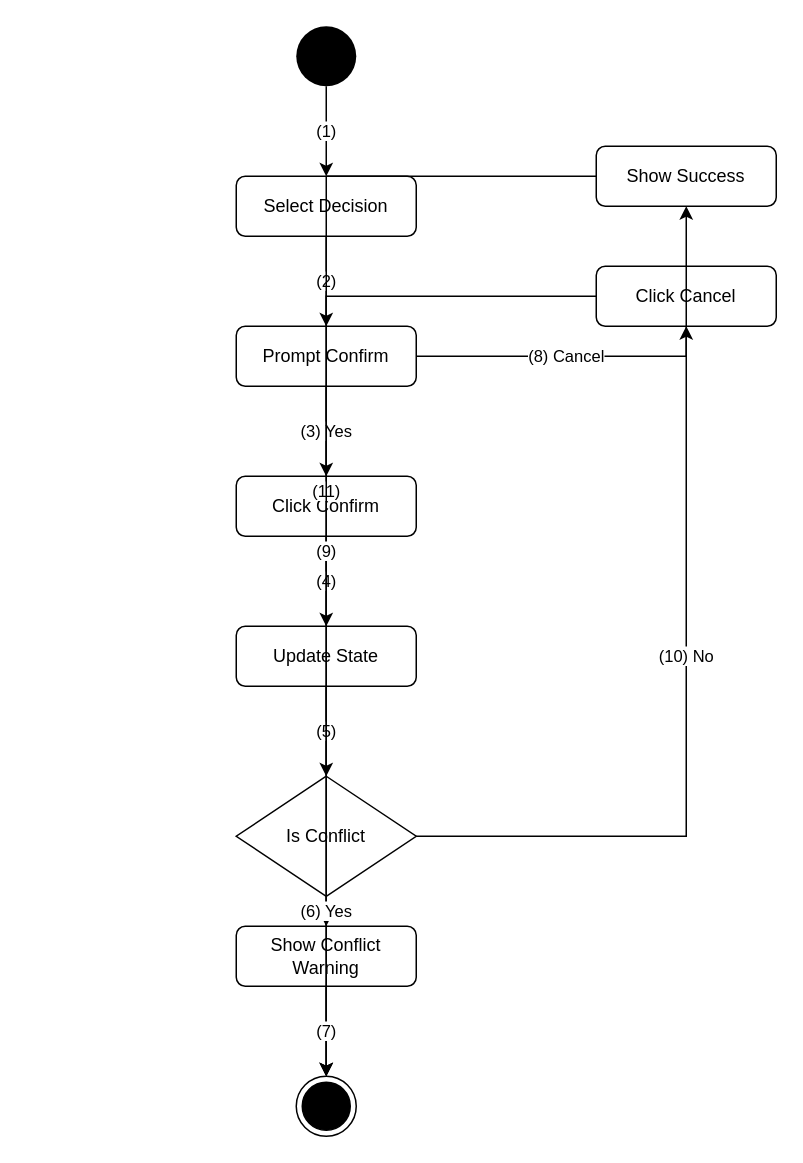
kingDlight/UEIMS_Project keeps this draw.io diagram as activity_flow/uc41_activity_flow.drawio. Above is the earlier version. Source tidied: cells renumbered, new cells numbered last; positions are measured from the earlier drawing's top-left corner, leaving out a move shared by most shapes. Both pictures are drawn from the tidied source at 150%, with x=0, y=0 at pixel (236, 26).
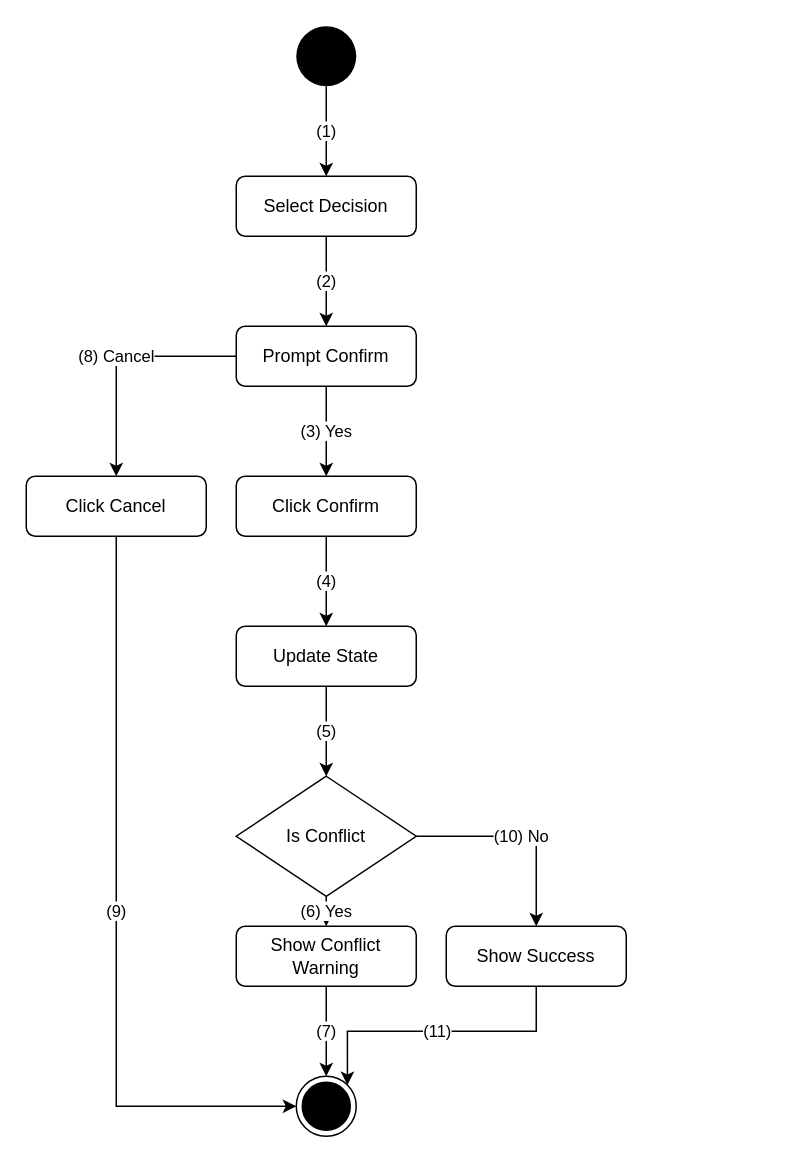
The same page after the edit.

The change refers to these unchanged cells:
```xml
<mxCell id="4" value="Prompt Confirm" style="rounded=1;whiteSpace=wrap;html=1;" parent="1" vertex="1">
  <mxGeometry y="200" width="120" height="40" as="geometry" />
</mxCell>
<mxCell id="7" value="Is Conflict" style="rhombus;whiteSpace=wrap;html=1;" parent="1" vertex="1">
  <mxGeometry y="500" width="120" height="80" as="geometry" />
</mxCell>
<mxCell id="9" style="ellipse;html=1;shape=endState;fillColor=#000000;strokeColor=#000000;" parent="1" vertex="1">
  <mxGeometry x="40" y="700" width="40" height="40" as="geometry" />
</mxCell>
```

The edit, as a diff of the source:
```diff
@@
     <mxCell id="10" value="Show Success" style="rounded=1;whiteSpace=wrap;html=1;" parent="1" vertex="1">
-      <mxGeometry x="240" y="80" width="120" height="40" as="geometry" />
+      <mxGeometry x="140" y="600" width="120" height="40" as="geometry" />
     </mxCell>
     <mxCell id="11" value="Click Cancel" style="rounded=1;whiteSpace=wrap;html=1;" parent="1" vertex="1">
-      <mxGeometry x="240" y="160" width="120" height="40" as="geometry" />
+      <mxGeometry x="-140" y="300" width="120" height="40" as="geometry" />
     </mxCell>
@@
-    <mxCell id="17" value="(10) No" style="edgeStyle=orthogonalEdgeStyle;rounded=0;html=1;exitX=1;exitY=0.5;entryX=0.5;entryY=1;" parent="1" edge="1" source="7" target="10">
+    <mxCell id="17" value="(10) No" style="edgeStyle=orthogonalEdgeStyle;rounded=0;html=1;exitX=1;exitY=0.5;entryX=0.5;entryY=0;entryDx=0;entryDy=0;" parent="1" edge="1" source="7" target="10">
       <mxGeometry relative="1" as="geometry" />
     </mxCell>
-    <mxCell id="18" value="(11)" style="edgeStyle=orthogonalEdgeStyle;rounded=0;html=1;exitX=0;exitY=0.5;entryX=0.5;entryY=0;" parent="1" edge="1" source="10" target="9">
+    <mxCell id="18" value="(11)" style="edgeStyle=orthogonalEdgeStyle;rounded=0;html=1;exitX=0.5;exitY=1;entryX=1;entryY=0;exitDx=0;exitDy=0;entryDx=0;entryDy=0;" parent="1" edge="1" source="10" target="9">
       <mxGeometry relative="1" as="geometry" />
     </mxCell>
-    <mxCell id="19" value="(8) Cancel" style="edgeStyle=orthogonalEdgeStyle;rounded=0;html=1;exitX=1;exitY=0.5;entryX=0.5;entryY=1;" parent="1" edge="1" source="4" target="11">
+    <mxCell id="19" value="(8) Cancel" style="edgeStyle=orthogonalEdgeStyle;rounded=0;html=1;exitX=0;exitY=0.5;entryX=0.5;entryY=0;exitDx=0;exitDy=0;entryDx=0;entryDy=0;" parent="1" edge="1" source="4" target="11">
       <mxGeometry relative="1" as="geometry" />
     </mxCell>
-    <mxCell id="20" value="(9)" style="edgeStyle=orthogonalEdgeStyle;rounded=0;html=1;exitX=0;exitY=0.5;entryX=0.5;entryY=0;" parent="1" edge="1" source="11" target="9">
+    <mxCell id="20" value="(9)" style="edgeStyle=orthogonalEdgeStyle;rounded=0;html=1;exitX=0.5;exitY=1;entryX=0;entryY=0.5;exitDx=0;exitDy=0;entryDx=0;entryDy=0;" parent="1" edge="1" source="11" target="9">
       <mxGeometry relative="1" as="geometry" />
     </mxCell>
```
